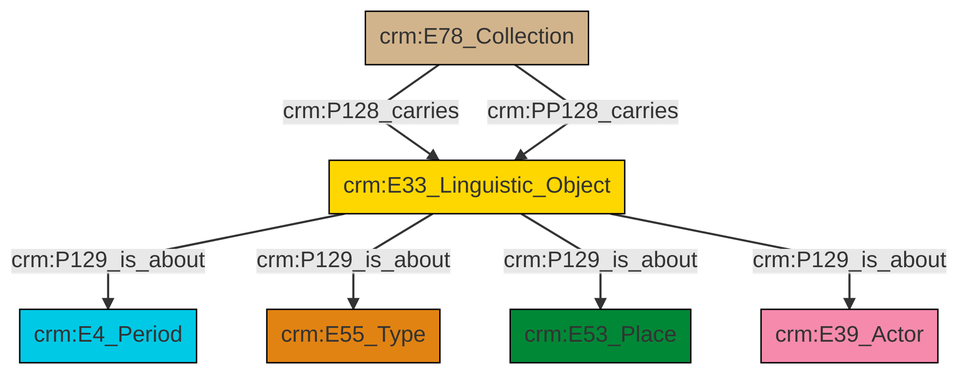
Above: et/archivalCSV/ttl/mmd/png/archival_aboutness.png in swiss-art-research-net/docs.swissartresearch (Mermaid), before the change. Its source is kept beside it as et/archivalCSV/ttl/mmd/archival_aboutness.ttl.mmd.
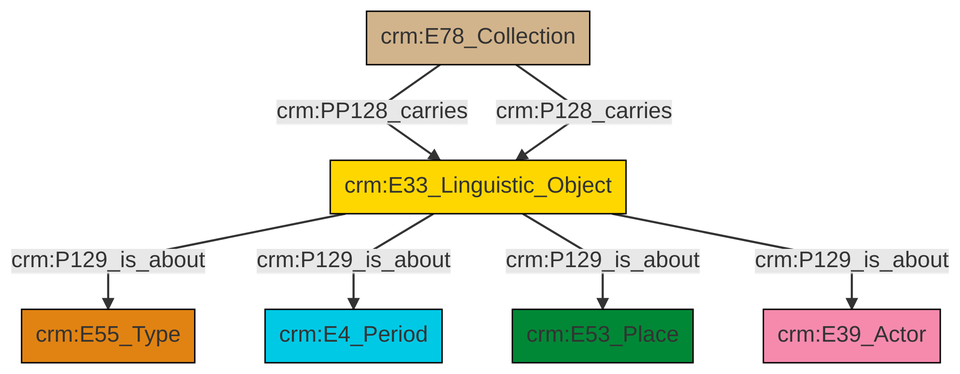
After the commit.

Diff of the diagram source:
```diff
@@ -13,9 +13,9 @@
 classDef PC_Classes fill:#4ce600, stroke:#000000;
 classDef Multi fill:#cccccc,stroke:#000000;
 
-6["crm:E33_Linguistic_Object"]:::Conceptual_Object -->|crm:P129_is_about| 2["crm:E4_Period"]:::Temporal_Entity
-6["crm:E33_Linguistic_Object"]:::Conceptual_Object -->|crm:P129_is_about| 7["crm:E55_Type"]:::Type
-10["crm:E78_Collection"]:::Physical_Thing -->|crm:P128_carries| 6["crm:E33_Linguistic_Object"]:::Conceptual_Object
-6["crm:E33_Linguistic_Object"]:::Conceptual_Object -->|crm:P129_is_about| 0["crm:E53_Place"]:::Place
-6["crm:E33_Linguistic_Object"]:::Conceptual_Object -->|crm:P129_is_about| 4["crm:E39_Actor"]:::Actor
-10["crm:E78_Collection"]:::Physical_Thing -->|crm:PP128_carries| 6["crm:E33_Linguistic_Object"]:::Conceptual_Object
+4["crm:E33_Linguistic_Object"]:::Conceptual_Object -->|crm:P129_is_about| 5["crm:E55_Type"]:::Type
+4["crm:E33_Linguistic_Object"]:::Conceptual_Object -->|crm:P129_is_about| 7["crm:E4_Period"]:::Temporal_Entity
+2["crm:E78_Collection"]:::Physical_Thing -->|crm:PP128_carries| 4["crm:E33_Linguistic_Object"]:::Conceptual_Object
+4["crm:E33_Linguistic_Object"]:::Conceptual_Object -->|crm:P129_is_about| 0["crm:E53_Place"]:::Place
+4["crm:E33_Linguistic_Object"]:::Conceptual_Object -->|crm:P129_is_about| 10["crm:E39_Actor"]:::Actor
+2["crm:E78_Collection"]:::Physical_Thing -->|crm:P128_carries| 4["crm:E33_Linguistic_Object"]:::Conceptual_Object
```
